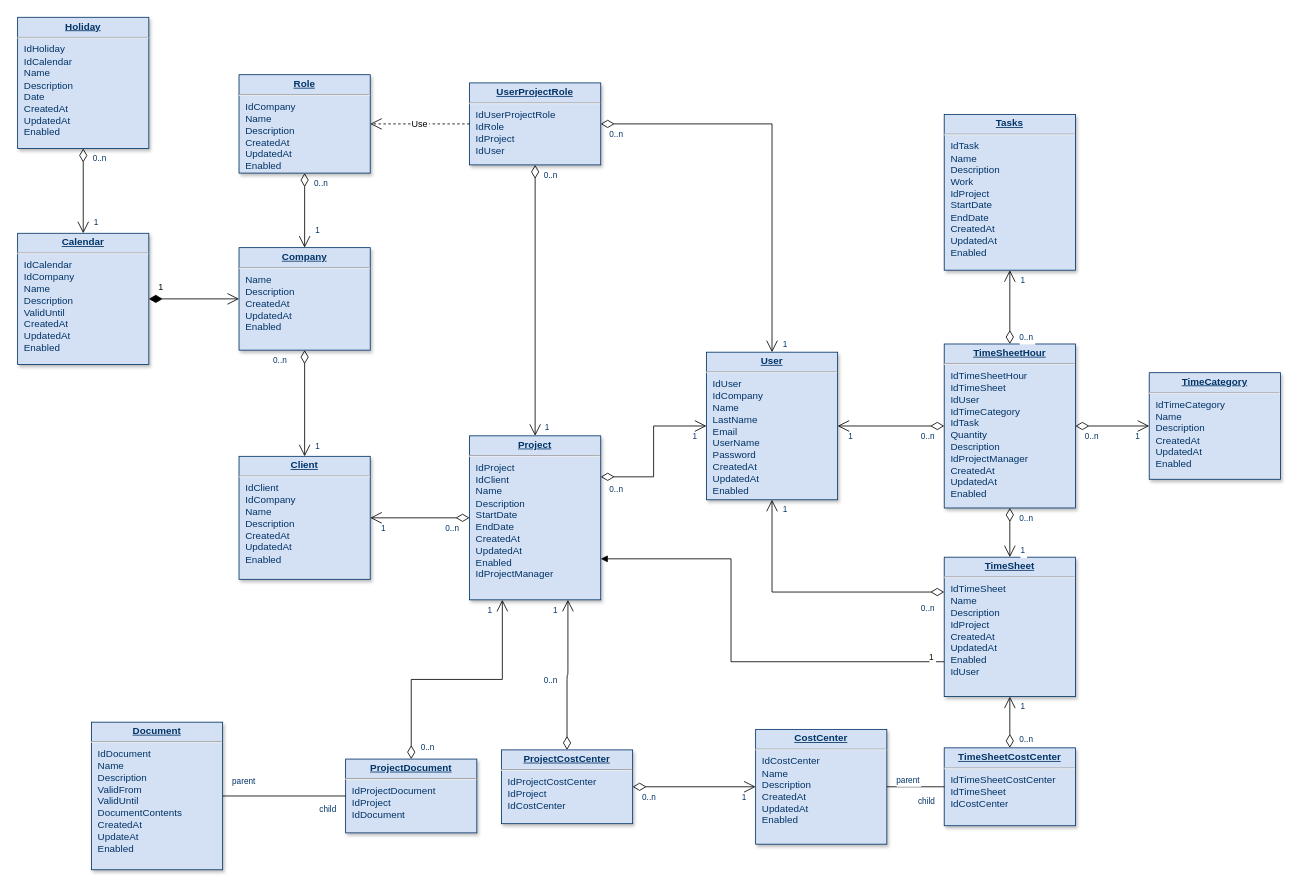
dragonoidx12/datenbank-sql-project keeps this draw.io diagram as Başlıksız Diyagram.drawio. Above is the earlier version. Source tidied: cells renumbered, new cells numbered last; positions are measured from the earlier drawing's top-left corner, leaving out a move shared by most shapes. Both pictures are drawn from the tidied source at 82%, with x=0, y=0 at pixel (17, 17).
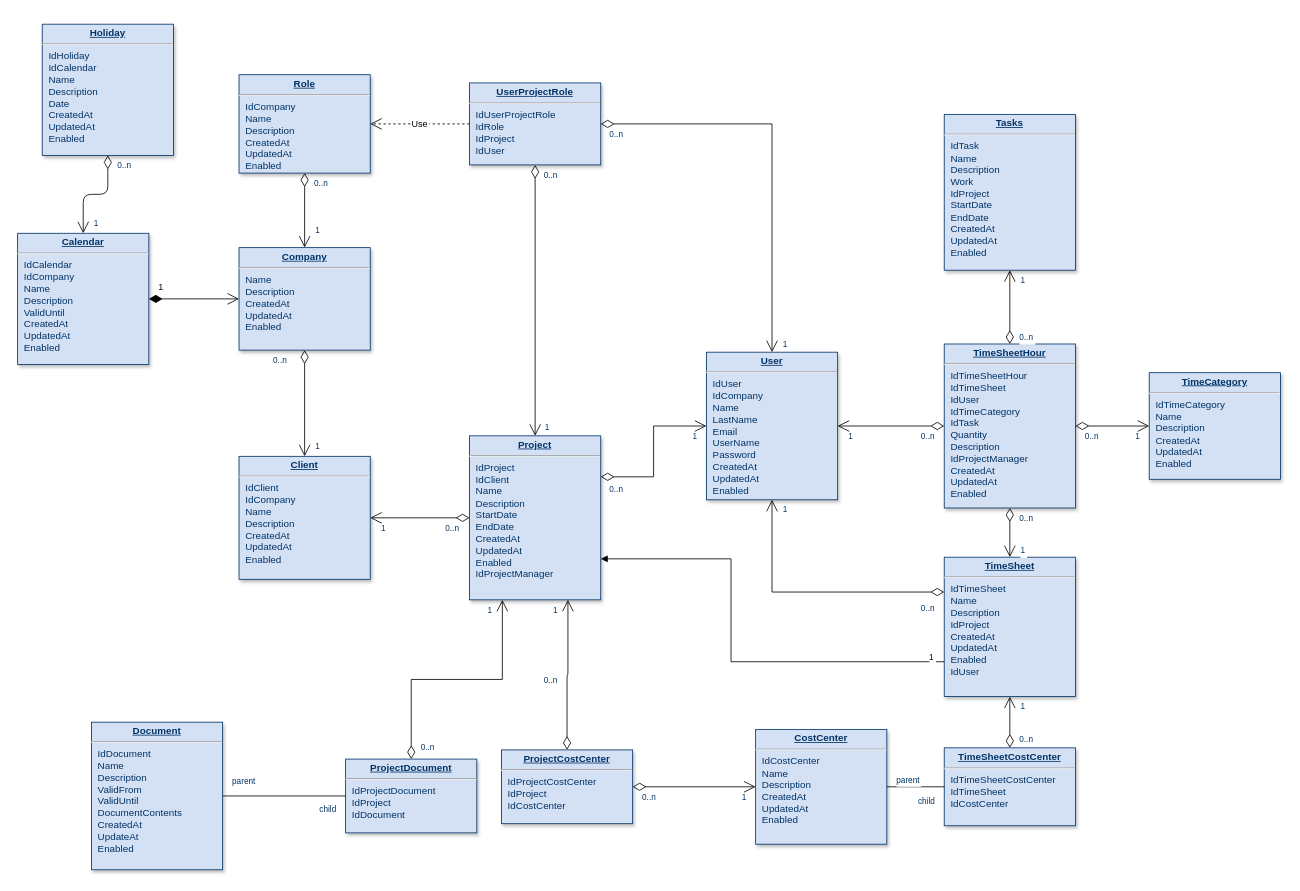
Above is the later version.

The change refers to these unchanged cells:
```xml
<mxCell id="4" value="&lt;p style=&quot;margin: 0px; margin-top: 4px; text-align: center; text-decoration: underline;&quot;&gt;&lt;strong&gt;Calendar&lt;/strong&gt;&lt;/p&gt;&lt;hr /&gt;&lt;p style=&quot;margin: 0px; margin-left: 8px;&quot;&gt;IdCalendar&lt;/p&gt;&lt;p style=&quot;margin: 0px; margin-left: 8px;&quot;&gt;IdCompany&lt;/p&gt;&lt;p style=&quot;margin: 0px; margin-left: 8px;&quot;&gt;Name&lt;/p&gt;&lt;p style=&quot;margin: 0px; margin-left: 8px;&quot;&gt;Description&lt;/p&gt;&lt;p style=&quot;margin: 0px; margin-left: 8px;&quot;&gt;ValidUntil&lt;/p&gt;&lt;p style=&quot;margin: 0px; margin-left: 8px;&quot;&gt;CreatedAt&lt;/p&gt;&lt;p style=&quot;margin: 0px; margin-left: 8px;&quot;&gt;UpdatedAt&lt;/p&gt;&lt;p style=&quot;margin: 0px; margin-left: 8px;&quot;&gt;Enabled&lt;/p&gt;" style="verticalAlign=top;align=left;overflow=fill;fontSize=12;fontFamily=Helvetica;html=1;strokeColor=#003366;shadow=1;fillColor=#D4E1F5;fontColor=#003366;" parent="1" vertex="1">
  <mxGeometry y="263" width="160" height="160" as="geometry" />
</mxCell>
```

Change to the diagram source:
```diff
@@
     <mxCell id="8" value="&lt;p style=&quot;margin: 0px; margin-top: 4px; text-align: center; text-decoration: underline;&quot;&gt;&lt;strong&gt;Holiday&lt;/strong&gt;&lt;/p&gt;&lt;hr /&gt;&lt;p style=&quot;margin: 0px; margin-left: 8px;&quot;&gt;IdHoliday&lt;/p&gt;&lt;p style=&quot;margin: 0px; margin-left: 8px;&quot;&gt;IdCalendar&lt;/p&gt;&lt;p style=&quot;margin: 0px; margin-left: 8px;&quot;&gt;Name&lt;/p&gt;&lt;p style=&quot;margin: 0px; margin-left: 8px;&quot;&gt;Description&lt;/p&gt;&lt;p style=&quot;margin: 0px; margin-left: 8px;&quot;&gt;Date&lt;/p&gt;&lt;p style=&quot;margin: 0px; margin-left: 8px;&quot;&gt;CreatedAt&lt;/p&gt;&lt;p style=&quot;margin: 0px; margin-left: 8px;&quot;&gt;UpdatedAt&lt;/p&gt;&lt;p style=&quot;margin: 0px; margin-left: 8px;&quot;&gt;Enabled&lt;/p&gt;" style="verticalAlign=top;align=left;overflow=fill;fontSize=12;fontFamily=Helvetica;html=1;strokeColor=#003366;shadow=1;fillColor=#D4E1F5;fontColor=#003366;" parent="1" vertex="1">
-      <mxGeometry y="-0.4" width="160" height="160" as="geometry" />
+      <mxGeometry x="30" y="8" width="160" height="160" as="geometry" />
     </mxCell>
@@
-    <mxCell id="61" style="endArrow=open;endSize=12;startArrow=diamondThin;startSize=14;startFill=0;edgeStyle=orthogonalEdgeStyle;" parent="1" edge="1" source="8" target="4">
+    <mxCell id="61" style="endArrow=open;endSize=12;startArrow=diamondThin;startSize=14;startFill=0;edgeStyle=orthogonalEdgeStyle;exitX=0.5;exitY=1;exitDx=0;exitDy=0;" parent="1" edge="1" source="8" target="4">
       <mxGeometry x="620" y="340" as="geometry" />
     </mxCell>
```
